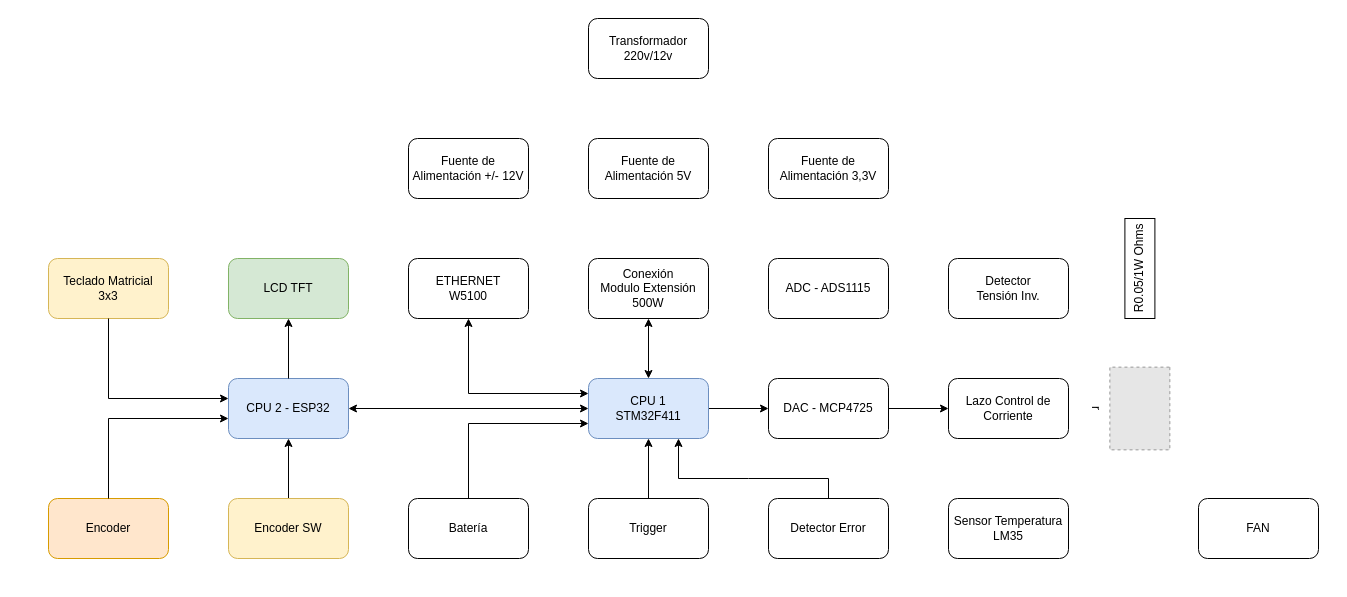
The draw.io diagram Diagrama en Bloques.drawio in Nicolasseze/Carga-Electronica, before the edit. Source tidied: cells renumbered, new cells numbered last; positions are measured from the earlier drawing's top-left corner, leaving out a move shared by most shapes. Both pictures are drawn from the tidied source at 100%, with x=0, y=0 at pixel (48, 18). Pictures stored in the file or linked from it are replaced by grey dashed boxes.
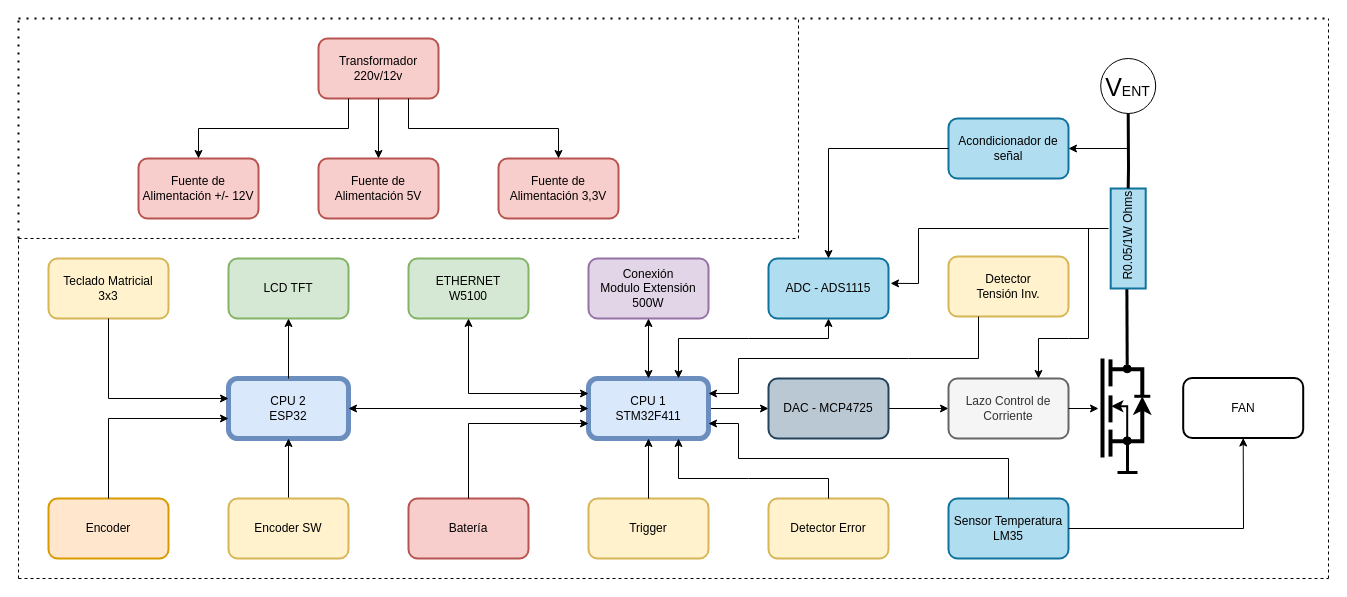
Above is the later version.

What changed in the source:
```diff
@@
+    <mxCell id="25" style="rounded=0;whiteSpace=wrap;html=1;direction=north;strokeWidth=2;fillColor=#b1ddf0;strokeColor=#10739e;" parent="1" vertex="1">
+      <mxGeometry x="1062.2" y="170" width="35" height="100" as="geometry" />
+    </mxCell>
+    <mxCell id="32" value="R0.05/1W Ohms" style="text;html=1;align=center;verticalAlign=middle;points=[];strokeColor=none;fillColor=none;rotation=-90;" parent="1" vertex="1">
+      <mxGeometry x="1024.7" y="203" width="110" height="30" as="geometry" />
+    </mxCell>
-    <mxCell id="2" value="CPU 2 - ESP32" style="rounded=1;whiteSpace=wrap;html=1;fillColor=#dae8fc;strokeColor=#6c8ebf;" parent="1" vertex="1">
+    <mxCell id="2" value="CPU 2&lt;br&gt;ESP32" style="rounded=1;whiteSpace=wrap;html=1;fillColor=#dae8fc;strokeColor=#6c8ebf;strokeWidth=5;" parent="1" vertex="1">
       <mxGeometry x="180" y="360" width="120" height="60" as="geometry" />
     </mxCell>
@@
-    <mxCell id="4" value="CPU 1&lt;br&gt;STM32F411" style="rounded=1;whiteSpace=wrap;html=1;fillColor=#dae8fc;strokeColor=#6c8ebf;" parent="1" vertex="1">
+    <mxCell id="4" value="CPU 1&lt;br&gt;STM32F411" style="rounded=1;whiteSpace=wrap;html=1;fillColor=#dae8fc;strokeColor=#6c8ebf;strokeWidth=5;" parent="1" vertex="1">
       <mxGeometry x="540" y="360" width="120" height="60" as="geometry" />
     </mxCell>
@@
-    <mxCell id="6" value="DAC - MCP4725" style="rounded=1;whiteSpace=wrap;html=1;" parent="1" vertex="1">
+    <mxCell id="6" value="DAC - MCP4725" style="rounded=1;whiteSpace=wrap;html=1;fillColor=#bac8d3;strokeColor=#23445d;strokeWidth=2;" parent="1" vertex="1">
       <mxGeometry x="720" y="360" width="120" height="60" as="geometry" />
     </mxCell>
-    <mxCell id="7" value="ADC - ADS1115" style="rounded=1;whiteSpace=wrap;html=1;" parent="1" vertex="1">
+    <mxCell id="7" value="ADC - ADS1115" style="rounded=1;whiteSpace=wrap;html=1;fillColor=#b1ddf0;strokeColor=#10739e;strokeWidth=2;" parent="1" vertex="1">
       <mxGeometry x="720" y="240" width="120" height="60" as="geometry" />
     </mxCell>
-    <mxCell id="8" value="Encoder" style="rounded=1;whiteSpace=wrap;html=1;fillColor=#ffe6cc;strokeColor=#d79b00;" parent="1" vertex="1">
+    <mxCell id="8" value="Encoder" style="rounded=1;whiteSpace=wrap;html=1;fillColor=#ffe6cc;strokeColor=#d79b00;strokeWidth=2;" parent="1" vertex="1">
       <mxGeometry y="480" width="120" height="60" as="geometry" />
     </mxCell>
-    <mxCell id="9" value="Teclado Matricial &lt;br&gt;3x3" style="rounded=1;whiteSpace=wrap;html=1;fillColor=#fff2cc;strokeColor=#d6b656;" parent="1" vertex="1">
+    <mxCell id="9" value="Teclado Matricial &lt;br&gt;3x3" style="rounded=1;whiteSpace=wrap;html=1;fillColor=#fff2cc;strokeColor=#d6b656;strokeWidth=2;" parent="1" vertex="1">
       <mxGeometry y="240" width="120" height="60" as="geometry" />
     </mxCell>
-    <mxCell id="10" value="LCD TFT" style="rounded=1;whiteSpace=wrap;html=1;fillColor=#d5e8d4;strokeColor=#82b366;" parent="1" vertex="1">
+    <mxCell id="10" value="LCD TFT" style="rounded=1;whiteSpace=wrap;html=1;fillColor=#d5e8d4;strokeColor=#82b366;strokeWidth=2;" parent="1" vertex="1">
       <mxGeometry x="180" y="240" width="120" height="60" as="geometry" />
     </mxCell>
@@
-    <mxCell id="12" value="Encoder SW" style="rounded=1;whiteSpace=wrap;html=1;fillColor=#fff2cc;strokeColor=#d6b656;" parent="1" vertex="1">
+    <mxCell id="12" value="Encoder SW" style="rounded=1;whiteSpace=wrap;html=1;fillColor=#fff2cc;strokeColor=#d6b656;strokeWidth=2;" parent="1" vertex="1">
       <mxGeometry x="180" y="480" width="120" height="60" as="geometry" />
     </mxCell>
-    <mxCell id="13" value="ETHERNET&lt;br&gt;W5100" style="rounded=1;whiteSpace=wrap;html=1;" parent="1" vertex="1">
+    <mxCell id="13" value="ETHERNET&lt;br&gt;W5100" style="rounded=1;whiteSpace=wrap;html=1;fillColor=#d5e8d4;strokeColor=#82b366;strokeWidth=2;" parent="1" vertex="1">
       <mxGeometry x="360" y="240" width="120" height="60" as="geometry" />
     </mxCell>
-    <mxCell id="14" value="Batería" style="rounded=1;whiteSpace=wrap;html=1;" parent="1" vertex="1">
+    <mxCell id="14" value="Batería" style="rounded=1;whiteSpace=wrap;html=1;fillColor=#f8cecc;strokeColor=#b85450;strokeWidth=2;" parent="1" vertex="1">
       <mxGeometry x="360" y="480" width="120" height="60" as="geometry" />
     </mxCell>
-    <mxCell id="15" value="Sensor Temperatura&lt;br&gt;LM35" style="rounded=1;whiteSpace=wrap;html=1;" parent="1" vertex="1">
+    <mxCell id="15" value="Sensor Temperatura&lt;br&gt;LM35" style="rounded=1;whiteSpace=wrap;html=1;fillColor=#b1ddf0;strokeColor=#10739e;strokeWidth=2;" parent="1" vertex="1">
       <mxGeometry x="900" y="480" width="120" height="60" as="geometry" />
     </mxCell>
-    <mxCell id="16" value="Conexión&lt;br&gt;Modulo Extensión&lt;br&gt;500W" style="rounded=1;whiteSpace=wrap;html=1;" parent="1" vertex="1">
+    <mxCell id="16" value="Conexión&lt;br&gt;Modulo Extensión&lt;br&gt;500W" style="rounded=1;whiteSpace=wrap;html=1;fillColor=#e1d5e7;strokeColor=#9673a6;strokeWidth=2;" parent="1" vertex="1">
       <mxGeometry x="540" y="240" width="120" height="60" as="geometry" />
     </mxCell>
-    <mxCell id="17" value="Trigger" style="rounded=1;whiteSpace=wrap;html=1;" parent="1" vertex="1">
+    <mxCell id="17" value="Trigger" style="rounded=1;whiteSpace=wrap;html=1;fillColor=#fff2cc;strokeColor=#d6b656;strokeWidth=2;" parent="1" vertex="1">
       <mxGeometry x="540" y="480" width="120" height="60" as="geometry" />
     </mxCell>
@@
-    <mxCell id="22" value="FAN" style="rounded=1;whiteSpace=wrap;html=1;" parent="1" vertex="1">
-      <mxGeometry x="1150" y="480" width="120" height="60" as="geometry" />
+    <mxCell id="22" value="FAN" style="rounded=1;whiteSpace=wrap;html=1;strokeWidth=2;" parent="1" vertex="1">
+      <mxGeometry x="1134.7" y="359.5" width="120" height="60" as="geometry" />
     </mxCell>
-    <mxCell id="23" value="r" style="fillColor=#E6E6E6;strokeColor=#999999;dashed=1;verticalLabelPosition=bottom;labelBackgroundColor=default;verticalAlign=top;rotation=90;" parent="1" vertex="1">
-      <mxGeometry x="1050" y="360" width="82.7" height="60" as="geometry" />
-    </mxCell>
-    <mxCell id="24" value="Lazo Control de Corriente" style="rounded=1;whiteSpace=wrap;html=1;" parent="1" vertex="1">
+    <mxCell id="24" value="Lazo Control de Corriente" style="rounded=1;whiteSpace=wrap;html=1;strokeWidth=2;fillColor=#f5f5f5;strokeColor=#666666;fontColor=#333333;" parent="1" vertex="1">
       <mxGeometry x="900" y="360" width="120" height="60" as="geometry" />
     </mxCell>
-    <mxCell id="25" style="rounded=0;whiteSpace=wrap;html=1;direction=north;" parent="1" vertex="1">
-      <mxGeometry x="1076.4" y="200" width="30" height="100" as="geometry" />
-    </mxCell>
-    <mxCell id="26" value="Transformador 220v/12v" style="rounded=1;whiteSpace=wrap;html=1;" parent="1" vertex="1">
-      <mxGeometry x="540" width="120" height="60" as="geometry" />
+    <mxCell id="26" value="Transformador 220v/12v" style="rounded=1;whiteSpace=wrap;html=1;fillColor=#f8cecc;strokeColor=#b85450;strokeWidth=2;" parent="1" vertex="1">
+      <mxGeometry x="270" y="20" width="120" height="60" as="geometry" />
     </mxCell>
-    <mxCell id="27" value="Fuente de Alimentación +/- 12V" style="rounded=1;whiteSpace=wrap;html=1;" parent="1" vertex="1">
-      <mxGeometry x="360" y="120" width="120" height="60" as="geometry" />
+    <mxCell id="27" value="Fuente de Alimentación +/- 12V" style="rounded=1;whiteSpace=wrap;html=1;fillColor=#f8cecc;strokeColor=#b85450;strokeWidth=2;" parent="1" vertex="1">
+      <mxGeometry x="90" y="140" width="120" height="60" as="geometry" />
     </mxCell>
-    <mxCell id="28" value="Fuente de Alimentación 5V" style="rounded=1;whiteSpace=wrap;html=1;" parent="1" vertex="1">
-      <mxGeometry x="540" y="120" width="120" height="60" as="geometry" />
+    <mxCell id="28" value="Fuente de Alimentación 5V" style="rounded=1;whiteSpace=wrap;html=1;fillColor=#f8cecc;strokeColor=#b85450;strokeWidth=2;" parent="1" vertex="1">
+      <mxGeometry x="270" y="140" width="120" height="60" as="geometry" />
     </mxCell>
-    <mxCell id="29" value="Fuente de Alimentación 3,3V" style="rounded=1;whiteSpace=wrap;html=1;" parent="1" vertex="1">
-      <mxGeometry x="720" y="120" width="120" height="60" as="geometry" />
+    <mxCell id="29" value="Fuente de Alimentación 3,3V" style="rounded=1;whiteSpace=wrap;html=1;fillColor=#f8cecc;strokeColor=#b85450;strokeWidth=2;" parent="1" vertex="1">
+      <mxGeometry x="450" y="140" width="120" height="60" as="geometry" />
     </mxCell>
-    <mxCell id="30" value="Detector Error" style="rounded=1;whiteSpace=wrap;html=1;" parent="1" vertex="1">
+    <mxCell id="30" value="Detector Error" style="rounded=1;whiteSpace=wrap;html=1;fillColor=#fff2cc;strokeColor=#d6b656;strokeWidth=2;" parent="1" vertex="1">
       <mxGeometry x="720" y="480" width="120" height="60" as="geometry" />
     </mxCell>
-    <mxCell id="31" value="Detector &lt;br&gt;Tensión Inv." style="rounded=1;whiteSpace=wrap;html=1;" parent="1" vertex="1">
-      <mxGeometry x="900" y="240" width="120" height="60" as="geometry" />
+    <mxCell id="31" value="Detector &lt;br&gt;Tensión Inv." style="rounded=1;whiteSpace=wrap;html=1;fillColor=#fff2cc;strokeColor=#d6b656;strokeWidth=2;" parent="1" vertex="1">
+      <mxGeometry x="900" y="238" width="120" height="60" as="geometry" />
     </mxCell>
-    <mxCell id="32" value="R0.05/1W Ohms" style="text;html=1;align=center;verticalAlign=middle;points=[];strokeColor=none;fillColor=none;rotation=-90;" parent="1" vertex="1">
-      <mxGeometry x="1036.4" y="235" width="110" height="30" as="geometry" />
-    </mxCell>
@@
+    <mxCell id="38" style="endArrow=classic;startArrow=classic;html=1;rounded=0;entryX=0.5;entryY=1;entryDx=0;entryDy=0;" parent="1" edge="1" target="7">
+      <mxGeometry relative="1" as="geometry">
+        <mxPoint x="630" y="360" as="sourcePoint" />
+        <Array as="points">
+          <mxPoint x="630" y="320" />
+          <mxPoint x="700" y="320" />
+          <mxPoint x="780" y="320" />
+        </Array>
+      </mxGeometry>
+    </mxCell>
+    <mxCell id="39" style="endArrow=classic;html=1;rounded=0;entryX=1;entryY=0.25;entryDx=0;entryDy=0;exitX=0.25;exitY=1;exitDx=0;exitDy=0;" parent="1" edge="1" source="31" target="4">
+      <mxGeometry relative="1" as="geometry">
+        <Array as="points">
+          <mxPoint x="930" y="340" />
+          <mxPoint x="860" y="340" />
+          <mxPoint x="690" y="340" />
+          <mxPoint x="690" y="375" />
+        </Array>
+      </mxGeometry>
+    </mxCell>
+    <mxCell id="40" style="endArrow=classic;html=1;rounded=0;entryX=1;entryY=0.75;entryDx=0;entryDy=0;" parent="1" edge="1" target="4">
+      <mxGeometry relative="1" as="geometry">
+        <mxPoint x="960" y="480" as="sourcePoint" />
+        <Array as="points">
+          <mxPoint x="960" y="440" />
+          <mxPoint x="690" y="440" />
+          <mxPoint x="690" y="405" />
+        </Array>
+      </mxGeometry>
+    </mxCell>
+    <mxCell id="41" value="&lt;font style=&quot;&quot;&gt;&lt;span style=&quot;font-size: 25px;&quot;&gt;V&lt;/span&gt;&lt;font style=&quot;font-size: 14px;&quot;&gt;ENT&lt;/font&gt;&lt;/font&gt;" style="ellipse;whiteSpace=wrap;html=1;" parent="1" vertex="1">
+      <mxGeometry x="1052.2" y="40" width="55" height="55" as="geometry" />
+    </mxCell>
+    <mxCell id="42" style="endArrow=none;html=1;rounded=0;exitX=1;exitY=0.5;exitDx=0;exitDy=0;entryX=0.5;entryY=1;entryDx=0;entryDy=0;strokeWidth=3;" parent="1" edge="1" source="25" target="41">
+      <mxGeometry relative="1" as="geometry">
+        <Array as="points">
+          <mxPoint x="1080" y="150" />
+        </Array>
+      </mxGeometry>
+    </mxCell>
+    <mxCell id="43" value="Acondicionador de señal" style="rounded=1;whiteSpace=wrap;html=1;fillColor=#b1ddf0;strokeColor=#10739e;strokeWidth=2;" parent="1" vertex="1">
+      <mxGeometry x="900" y="100" width="120" height="60" as="geometry" />
+    </mxCell>
+    <mxCell id="44" style="endArrow=classic;html=1;rounded=0;entryX=1;entryY=0.5;entryDx=0;entryDy=0;" parent="1" edge="1" target="43">
+      <mxGeometry relative="1" as="geometry">
+        <mxPoint x="1080" y="130" as="sourcePoint" />
+      </mxGeometry>
+    </mxCell>
+    <mxCell id="45" style="endArrow=classic;html=1;rounded=0;entryX=0.5;entryY=0;entryDx=0;entryDy=0;exitX=0;exitY=0.5;exitDx=0;exitDy=0;" parent="1" edge="1" source="43" target="7">
+      <mxGeometry relative="1" as="geometry">
+        <Array as="points">
+          <mxPoint x="780" y="130" />
+        </Array>
+      </mxGeometry>
+    </mxCell>
+    <mxCell id="46" style="endArrow=none;html=1;rounded=0;exitX=0.5;exitY=0;exitDx=0;exitDy=0;strokeWidth=3;sourcePerimeterSpacing=0;strokeColor=default;entryX=0.021;entryY=0.456;entryDx=0;entryDy=0;entryPerimeter=0;" parent="1" edge="1" source="56" target="32">
+      <mxGeometry relative="1" as="geometry" />
+    </mxCell>
+    <mxCell id="47" style="group;" parent="1" vertex="1">
+      <mxGeometry x="1054" y="340" width="47.8" height="99" as="geometry" />
+    </mxCell>
+    <mxCell id="48" style="endArrow=classic;html=1;rounded=0;strokeWidth=2;" parent="47" edge="1">
+      <mxGeometry relative="1" as="geometry">
+        <mxPoint x="24.7" y="81.9" as="sourcePoint" />
+        <mxPoint x="8.8" y="47.7" as="targetPoint" />
+        <Array as="points">
+          <mxPoint x="24.7" y="47.7" />
+        </Array>
+      </mxGeometry>
+    </mxCell>
+    <mxCell id="49" style="endArrow=none;html=1;rounded=0;strokeWidth=4;" parent="47" edge="1">
+      <mxGeometry relative="1" as="geometry">
+        <mxPoint x="8" y="27.9" as="sourcePoint" />
+        <mxPoint x="8" y="0.9" as="targetPoint" />
+      </mxGeometry>
+    </mxCell>
+    <mxCell id="50" style="endArrow=none;html=1;rounded=0;strokeWidth=4;" parent="47" edge="1">
+      <mxGeometry relative="1" as="geometry">
+        <mxPoint x="8" y="63.9" as="sourcePoint" />
+        <mxPoint x="8" y="36.9" as="targetPoint" />
+        <Array as="points">
+          <mxPoint x="8" y="45.9" />
+        </Array>
+      </mxGeometry>
+    </mxCell>
+    <mxCell id="51" style="endArrow=none;html=1;rounded=0;strokeWidth=4;" parent="47" edge="1">
+      <mxGeometry relative="1" as="geometry">
+        <mxPoint x="8" y="98.1" as="sourcePoint" />
+        <mxPoint x="8" y="71.1" as="targetPoint" />
+        <Array as="points">
+          <mxPoint x="8" y="80.1" />
+        </Array>
+      </mxGeometry>
+    </mxCell>
+    <mxCell id="52" style="endArrow=none;html=1;rounded=0;strokeWidth=4;" parent="47" edge="1">
+      <mxGeometry relative="1" as="geometry">
+        <mxPoint y="99" as="sourcePoint" />
+        <mxPoint as="targetPoint" />
+      </mxGeometry>
+    </mxCell>
+    <mxCell id="53" style="endArrow=classic;html=1;rounded=0;strokeWidth=4;" parent="47" edge="1">
+      <mxGeometry relative="1" as="geometry">
+        <mxPoint x="8" y="82.8" as="sourcePoint" />
+        <mxPoint x="39.8" y="37.8" as="targetPoint" />
+        <Array as="points">
+          <mxPoint x="39.8" y="82.8" />
+        </Array>
+      </mxGeometry>
+    </mxCell>
+    <mxCell id="54" style="endArrow=none;html=1;rounded=0;strokeWidth=3;" parent="47" edge="1">
+      <mxGeometry relative="1" as="geometry">
+        <mxPoint x="31.8" y="37.8" as="sourcePoint" />
+        <mxPoint x="47.8" y="37.8" as="targetPoint" />
+      </mxGeometry>
+    </mxCell>
+    <mxCell id="55" style="endArrow=none;html=1;rounded=0;strokeWidth=4;" parent="47" edge="1">
+      <mxGeometry relative="1" as="geometry">
+        <mxPoint x="39.8" y="37.8" as="sourcePoint" />
+        <mxPoint x="8" y="10.8" as="targetPoint" />
+        <Array as="points">
+          <mxPoint x="39.8" y="10.8" />
+        </Array>
+      </mxGeometry>
+    </mxCell>
+    <mxCell id="56" style="ellipse;whiteSpace=wrap;html=1;fillColor=#000000;fillStyle=solid;" parent="47" vertex="1">
+      <mxGeometry x="20.7" y="6.3" width="8" height="8" as="geometry" />
+    </mxCell>
+    <mxCell id="57" style="ellipse;whiteSpace=wrap;html=1;fillColor=#000000;fillStyle=solid;" parent="47" vertex="1">
+      <mxGeometry x="20.7" y="78.3" width="8" height="8" as="geometry" />
+    </mxCell>
+    <mxCell id="58" style="endArrow=classic;html=1;rounded=0;" parent="1" edge="1">
+      <mxGeometry relative="1" as="geometry">
+        <mxPoint x="1020" y="390" as="sourcePoint" />
+        <mxPoint x="1050" y="390" as="targetPoint" />
+      </mxGeometry>
+    </mxCell>
+    <mxCell id="59" style="endArrow=classic;html=1;rounded=0;entryX=0.5;entryY=1;entryDx=0;entryDy=0;" parent="1" edge="1" target="22">
+      <mxGeometry relative="1" as="geometry">
+        <mxPoint x="1020" y="510" as="sourcePoint" />
+        <Array as="points">
+          <mxPoint x="1195" y="510" />
+        </Array>
+      </mxGeometry>
+    </mxCell>
+    <mxCell id="60" style="endArrow=none;html=1;rounded=0;strokeWidth=3;" parent="1" edge="1">
+      <mxGeometry relative="1" as="geometry">
+        <mxPoint x="1079" y="454" as="sourcePoint" />
+        <mxPoint x="1079" y="424" as="targetPoint" />
+      </mxGeometry>
+    </mxCell>
+    <mxCell id="61" style="endArrow=none;html=1;rounded=0;strokeWidth=3;" parent="1" edge="1">
+      <mxGeometry relative="1" as="geometry">
+        <mxPoint x="1069" y="454" as="sourcePoint" />
+        <mxPoint x="1089" y="454" as="targetPoint" />
+      </mxGeometry>
+    </mxCell>
+    <mxCell id="62" style="endArrow=classic;html=1;rounded=0;entryX=1.017;entryY=0.414;entryDx=0;entryDy=0;entryPerimeter=0;" parent="1" edge="1" target="7">
+      <mxGeometry relative="1" as="geometry">
+        <mxPoint x="1060" y="210" as="sourcePoint" />
+        <Array as="points">
+          <mxPoint x="870" y="210" />
+          <mxPoint x="870" y="265" />
+        </Array>
+      </mxGeometry>
+    </mxCell>
+    <mxCell id="63" style="endArrow=classic;html=1;rounded=0;entryX=0.75;entryY=0;entryDx=0;entryDy=0;" parent="1" edge="1" target="24">
+      <mxGeometry relative="1" as="geometry">
+        <mxPoint x="1040" y="210" as="sourcePoint" />
+        <Array as="points">
+          <mxPoint x="1040" y="320" />
+          <mxPoint x="1020" y="320" />
+          <mxPoint x="990" y="320" />
+        </Array>
+      </mxGeometry>
+    </mxCell>
+    <mxCell id="64" style="endArrow=classic;html=1;rounded=0;entryX=0.5;entryY=0;entryDx=0;entryDy=0;" parent="1" edge="1" target="28">
+      <mxGeometry relative="1" as="geometry">
+        <mxPoint x="330" y="80" as="sourcePoint" />
+      </mxGeometry>
+    </mxCell>
+    <mxCell id="65" style="endArrow=classic;html=1;rounded=0;entryX=0.5;entryY=0;entryDx=0;entryDy=0;exitX=0.25;exitY=1;exitDx=0;exitDy=0;" parent="1" edge="1" source="26" target="27">
+      <mxGeometry relative="1" as="geometry">
+        <Array as="points">
+          <mxPoint x="300" y="110" />
+          <mxPoint x="150" y="110" />
+        </Array>
+      </mxGeometry>
+    </mxCell>
+    <mxCell id="66" style="endArrow=classic;html=1;rounded=0;entryX=0.5;entryY=0;entryDx=0;entryDy=0;exitX=0.75;exitY=1;exitDx=0;exitDy=0;" parent="1" edge="1" source="26" target="29">
+      <mxGeometry relative="1" as="geometry">
+        <Array as="points">
+          <mxPoint x="360" y="110" />
+          <mxPoint x="510" y="110" />
+        </Array>
+      </mxGeometry>
+    </mxCell>
+    <mxCell id="67" style="endArrow=none;dashed=1;html=1;rounded=0;" parent="1" edge="1">
+      <mxGeometry relative="1" as="geometry">
+        <mxPoint x="-30" y="560" as="sourcePoint" />
+        <mxPoint x="-30" y="220" as="targetPoint" />
+      </mxGeometry>
+    </mxCell>
+    <mxCell id="68" style="endArrow=none;dashed=1;html=1;rounded=0;" parent="1" edge="1">
+      <mxGeometry relative="1" as="geometry">
+        <mxPoint x="-30" y="560" as="sourcePoint" />
+        <mxPoint x="1280" y="560" as="targetPoint" />
+      </mxGeometry>
+    </mxCell>
+    <mxCell id="69" style="endArrow=none;dashed=1;html=1;rounded=0;" parent="1" edge="1">
+      <mxGeometry relative="1" as="geometry">
+        <mxPoint x="1280" y="560" as="sourcePoint" />
+        <mxPoint x="1280" as="targetPoint" />
+      </mxGeometry>
+    </mxCell>
+    <mxCell id="70" style="endArrow=none;dashed=1;html=1;rounded=0;" parent="1" edge="1">
+      <mxGeometry relative="1" as="geometry">
+        <mxPoint x="-30" y="220" as="sourcePoint" />
+        <mxPoint x="750" y="220" as="targetPoint" />
+      </mxGeometry>
+    </mxCell>
+    <mxCell id="71" style="endArrow=none;dashed=1;html=1;rounded=0;" parent="1" edge="1">
+      <mxGeometry relative="1" as="geometry">
+        <mxPoint x="750" y="220" as="sourcePoint" />
+        <mxPoint x="750" as="targetPoint" />
+      </mxGeometry>
+    </mxCell>
+    <mxCell id="72" style="endArrow=none;dashed=1;html=1;dashPattern=1 3;strokeWidth=2;rounded=0;" parent="1" edge="1">
+      <mxGeometry relative="1" as="geometry">
+        <mxPoint x="-30" y="220" as="sourcePoint" />
+        <mxPoint x="-30" as="targetPoint" />
+      </mxGeometry>
+    </mxCell>
+    <mxCell id="73" style="endArrow=none;dashed=1;html=1;dashPattern=1 3;strokeWidth=2;rounded=0;" parent="1" edge="1">
+      <mxGeometry relative="1" as="geometry">
+        <mxPoint x="-30" as="sourcePoint" />
+        <mxPoint x="1280" as="targetPoint" />
+      </mxGeometry>
+    </mxCell>
```
